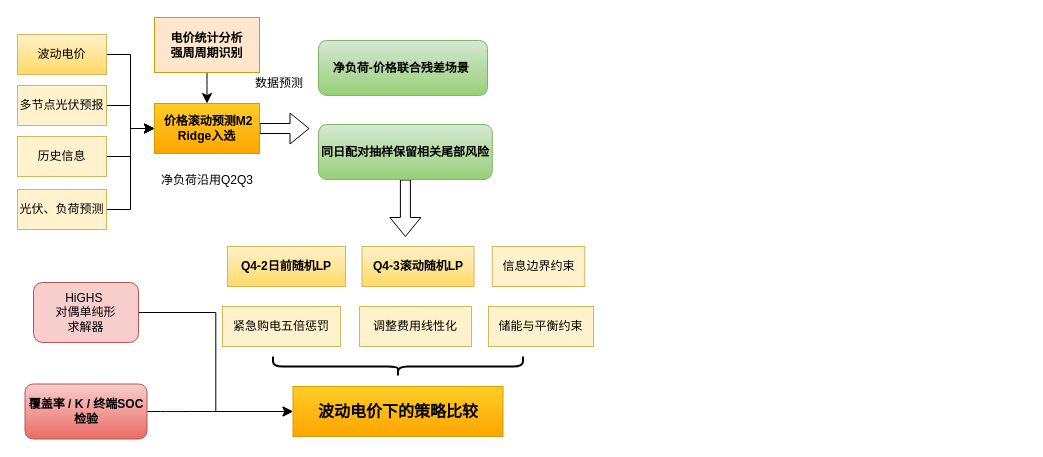
This is page "第 4 页" (4 of 4) of 国赛绘图.drawio from xinlanzi/Induisal-design, a draw.io file, before an edit. Source tidied: cells renumbered, new cells numbered last; positions are measured from the earlier drawing's top-left corner, leaving out a move shared by most shapes. Both pictures are drawn from the tidied source at 100%, with x=0, y=0 at pixel (17, 17).
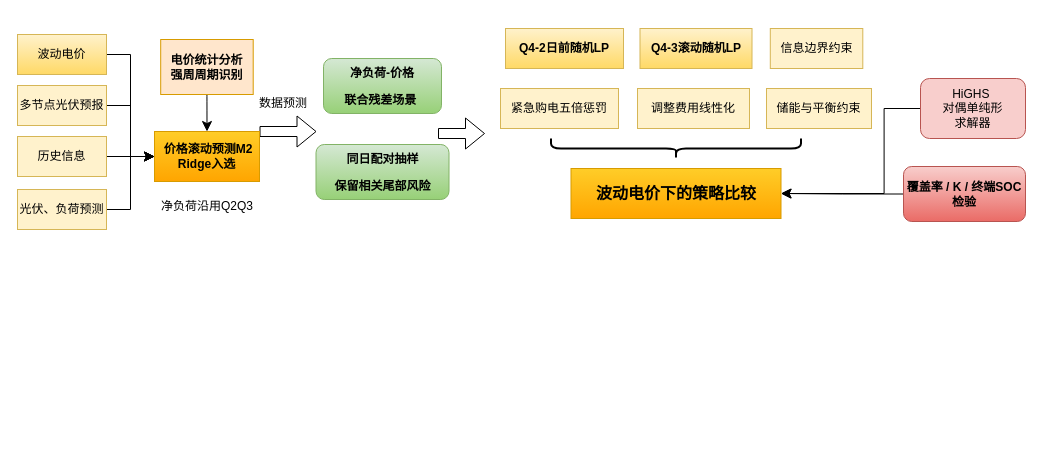
The same diagram, later.

What changed in the source:
```diff
@@
-    <mxCell id="8" style="edgeStyle=none;curved=1;rounded=0;jettySize=auto;html=1;exitX=1;exitY=0.5;exitDx=0;exitDy=0;fontSize=12;shape=flexArrow;" parent="1" edge="1" source="9">
+    <mxCell id="8" style="edgeStyle=none;curved=1;rounded=0;jettySize=auto;html=1;exitX=1;exitY=0;exitDx=0;exitDy=0;fontSize=12;shape=flexArrow;" parent="1" edge="1" source="9">
       <mxGeometry relative="1" as="geometry">
-        <mxPoint x="292" y="111" as="targetPoint" />
+        <mxPoint x="299" y="114" as="targetPoint" />
       </mxGeometry>
     </mxCell>
     <mxCell id="9" value="&lt;p&gt;&amp;nbsp;&lt;strong&gt;价格滚动预测M2 Ridge入选&lt;/strong&gt;&lt;/p&gt;" style="rounded=0;whiteSpace=wrap;html=1;fillColor=#ffcd28;strokeColor=#d79b00;gradientColor=#ffa500;" parent="1" vertex="1">
-      <mxGeometry x="137" y="86" width="105" height="50" as="geometry" />
+      <mxGeometry x="137" y="114" width="105" height="50" as="geometry" />
     </mxCell>
     <mxCell id="10" value="储能与平衡约束" style="rounded=0;whiteSpace=wrap;html=1;fillColor=#fff2cc;strokeColor=#d6b656;" parent="1" vertex="1">
-      <mxGeometry x="471" y="289" width="105" height="40" as="geometry" />
+      <mxGeometry x="749" y="71" width="105" height="40" as="geometry" />
     </mxCell>
     <mxCell id="11" value="调整费用线性化" style="rounded=0;whiteSpace=wrap;html=1;fillColor=#fff2cc;strokeColor=#d6b656;" parent="1" vertex="1">
-      <mxGeometry x="342" y="289" width="112" height="40" as="geometry" />
+      <mxGeometry x="620" y="71" width="112" height="40" as="geometry" />
     </mxCell>
     <mxCell id="12" value="信息边界约束" style="rounded=0;whiteSpace=wrap;html=1;fillColor=#fff2cc;strokeColor=#d6b656;" parent="1" vertex="1">
-      <mxGeometry x="474.8" y="229" width="92.5" height="40" as="geometry" />
+      <mxGeometry x="752.8" y="11" width="92.5" height="40" as="geometry" />
     </mxCell>
     <mxCell id="13" value="紧急购电五倍惩罚" style="rounded=0;whiteSpace=wrap;html=1;fillColor=#fff2cc;strokeColor=#d6b656;" parent="1" vertex="1">
-      <mxGeometry x="205" y="289" width="118" height="40" as="geometry" />
+      <mxGeometry x="483" y="71" width="118" height="40" as="geometry" />
     </mxCell>
     <mxCell id="14" value="&lt;b&gt;Q4-2日前随机LP&lt;/b&gt;" style="rounded=0;whiteSpace=wrap;html=1;fillColor=#fff2cc;strokeColor=#d6b656;gradientColor=#ffd966;" parent="1" vertex="1">
-      <mxGeometry x="210" y="229" width="118" height="40" as="geometry" />
+      <mxGeometry x="488" y="11" width="118" height="40" as="geometry" />
     </mxCell>
     <mxCell id="15" value="&lt;b&gt;Q4-3滚动随机LP&lt;/b&gt;" style="rounded=0;whiteSpace=wrap;html=1;fillColor=#fff2cc;strokeColor=#d6b656;gradientColor=#ffd966;" parent="1" vertex="1">
-      <mxGeometry x="344.5" y="229" width="112" height="40" as="geometry" />
+      <mxGeometry x="622.5" y="11" width="112" height="40" as="geometry" />
     </mxCell>
     <mxCell id="16" style="shape=curlyBracket;whiteSpace=wrap;html=1;rounded=1;flipH=1;labelPosition=right;verticalLabelPosition=middle;align=left;verticalAlign=middle;legacyAnchorPoints=0;strokeWidth=2;rotation=90;" parent="1" vertex="1">
-      <mxGeometry x="370.5" y="224" width="20" height="250" as="geometry" />
+      <mxGeometry x="648.5" y="6" width="20" height="250" as="geometry" />
     </mxCell>
     <mxCell id="17" value="&lt;b&gt;&lt;font style=&quot;font-size: 16px;&quot;&gt;波动电价下的策略比较&lt;/font&gt;&lt;/b&gt;" style="rounded=0;whiteSpace=wrap;html=1;fillColor=#ffcd28;strokeColor=#d79b00;gradientColor=#ffa500;" parent="1" vertex="1">
-      <mxGeometry x="275.5" y="369" width="210" height="50" as="geometry" />
+      <mxGeometry x="553.5" y="151" width="210" height="50" as="geometry" />
     </mxCell>
     <mxCell id="18" value="数据预测" style="text;html=1;whiteSpace=wrap;strokeColor=none;fillColor=none;align=center;verticalAlign=middle;rounded=0;" parent="1" vertex="1">
-      <mxGeometry x="232" y="51" width="60" height="30" as="geometry" />
+      <mxGeometry x="235.8" y="71" width="60" height="30" as="geometry" />
     </mxCell>
-    <mxCell id="19" style="edgeStyle=orthogonalEdgeStyle;rounded=0;jettySize=auto;html=1;exitX=1;exitY=0.5;exitDx=0;exitDy=0;entryX=0;entryY=0.5;entryDx=0;entryDy=0;fontSize=12;startSize=8;endSize=8;" parent="1" edge="1" source="20" target="17">
-      <mxGeometry relative="1" as="geometry" />
+    <mxCell id="19" style="edgeStyle=orthogonalEdgeStyle;rounded=0;jettySize=auto;html=1;exitX=0;exitY=0.5;exitDx=0;exitDy=0;entryX=1;entryY=0.5;entryDx=0;entryDy=0;fontSize=12;startSize=8;endSize=8;" parent="1" edge="1" source="20" target="17">
+      <mxGeometry relative="1" as="geometry">
+        <Array as="points">
+          <mxPoint x="866.6" y="91.1" />
+          <mxPoint x="866.6" y="176" />
+        </Array>
+      </mxGeometry>
     </mxCell>
     <mxCell id="20" value="HiGHS&amp;nbsp;&lt;div&gt;对偶单纯形&lt;/div&gt;&lt;div&gt;求解器&lt;/div&gt;" style="rounded=1;whiteSpace=wrap;html=1;fillColor=#f8cecc;strokeColor=#b85450;" parent="1" vertex="1">
-      <mxGeometry x="16" y="265" width="105" height="60" as="geometry" />
+      <mxGeometry x="903" y="61" width="105" height="60" as="geometry" />
     </mxCell>
     <mxCell id="21" value="&lt;p&gt;净负荷沿用Q2Q3&lt;/p&gt;" style="text;html=1;whiteSpace=wrap;strokeColor=none;fillColor=none;align=center;verticalAlign=middle;rounded=0;" parent="1" vertex="1">
-      <mxGeometry x="140.5" y="148" width="98" height="30" as="geometry" />
+      <mxGeometry x="140.5" y="174" width="98" height="30" as="geometry" />
     </mxCell>
-    <mxCell id="22" style="edgeStyle=none;curved=1;rounded=0;jettySize=auto;html=1;exitX=0.5;exitY=1;exitDx=0;exitDy=0;fontSize=12;shape=flexArrow;" parent="1" edge="1" source="23">
+    <mxCell id="22" style="edgeStyle=none;curved=1;rounded=0;orthogonalLoop=1;jettySize=auto;html=1;fontSize=12;shape=flexArrow;" parent="1" edge="1">
       <mxGeometry relative="1" as="geometry">
-        <mxPoint x="387.9" y="219.5" as="targetPoint" />
+        <mxPoint x="420.5" y="116" as="sourcePoint" />
+        <mxPoint x="467.5" y="116" as="targetPoint" />
       </mxGeometry>
     </mxCell>
-    <mxCell id="23" value="&lt;p&gt;&lt;strong&gt;同日配对抽样保留相关尾部风险&lt;/strong&gt;&lt;/p&gt;" style="rounded=1;whiteSpace=wrap;html=1;fillColor=#d5e8d4;strokeColor=#82b366;gradientColor=#97d077;" parent="1" vertex="1">
-      <mxGeometry x="301" y="107" width="173.8" height="55" as="geometry" />
+    <mxCell id="23" value="&lt;p&gt;&lt;strong&gt;同日配对抽样&lt;/strong&gt;&lt;/p&gt;&lt;p&gt;&lt;strong&gt;保留相关尾部风险&lt;/strong&gt;&lt;/p&gt;" style="rounded=1;whiteSpace=wrap;html=1;fillColor=#d5e8d4;strokeColor=#82b366;gradientColor=#97d077;" parent="1" vertex="1">
+      <mxGeometry x="298.5" y="127" width="133" height="55" as="geometry" />
     </mxCell>
-    <mxCell id="24" style="edgeStyle=none;curved=1;rounded=0;jettySize=auto;html=1;exitX=1;exitY=0.5;exitDx=0;exitDy=0;entryX=0;entryY=0.5;entryDx=0;entryDy=0;fontSize=12;startSize=8;endSize=8;" parent="1" edge="1" source="25" target="17">
+    <mxCell id="24" style="edgeStyle=orthogonalEdgeStyle;rounded=0;jettySize=auto;html=1;exitX=0;exitY=0.5;exitDx=0;exitDy=0;entryX=1;entryY=0.5;entryDx=0;entryDy=0;fontSize=12;startSize=8;endSize=8;" parent="1" edge="1" source="25" target="17">
       <mxGeometry relative="1" as="geometry" />
     </mxCell>
     <mxCell id="25" value="&lt;p&gt;&lt;strong&gt;覆盖率 / K /&amp;nbsp;&lt;/strong&gt;&lt;strong style=&quot;background-color: transparent; color: light-dark(rgb(0, 0, 0), rgb(255, 255, 255));&quot;&gt;终端SOC&lt;/strong&gt;&lt;strong style=&quot;background-color: transparent; color: light-dark(rgb(0, 0, 0), rgb(255, 255, 255));&quot;&gt;检验&lt;/strong&gt;&lt;/p&gt;" style="rounded=1;whiteSpace=wrap;html=1;fillColor=#f8cecc;strokeColor=#b85450;gradientColor=#ea6b66;" parent="1" vertex="1">
-      <mxGeometry x="7.5" y="366.5" width="122" height="55" as="geometry" />
+      <mxGeometry x="886" y="149" width="122" height="55" as="geometry" />
     </mxCell>
@@
-    <mxCell id="28" value="&lt;p&gt;&lt;strong&gt;净负荷-价格联合残差场景&lt;/strong&gt;&amp;nbsp;&lt;/p&gt;" style="rounded=1;whiteSpace=wrap;html=1;fillColor=#d5e8d4;strokeColor=#82b366;gradientColor=#97d077;" parent="1" vertex="1">
-      <mxGeometry x="301" y="23" width="169" height="55" as="geometry" />
+    <mxCell id="28" value="&lt;p&gt;&lt;strong&gt;净负荷-价格&lt;/strong&gt;&lt;/p&gt;&lt;p&gt;&lt;strong&gt;联合残差场景&lt;/strong&gt;&amp;nbsp;&lt;/p&gt;" style="rounded=1;whiteSpace=wrap;html=1;fillColor=#d5e8d4;strokeColor=#82b366;gradientColor=#97d077;" parent="1" vertex="1">
+      <mxGeometry x="306" y="41" width="118" height="55" as="geometry" />
     </mxCell>
@@
     <mxCell id="30" value="&lt;strong&gt;电价统计分析&lt;/strong&gt;&lt;div&gt;&lt;strong&gt;强周周期识别&lt;/strong&gt;&lt;/div&gt;" style="rounded=0;whiteSpace=wrap;html=1;fillColor=#ffe6cc;strokeColor=#d79b00;" parent="1" vertex="1">
-      <mxGeometry x="137" width="105" height="55" as="geometry" />
+      <mxGeometry x="143.2" y="22" width="92.5" height="55" as="geometry" />
     </mxCell>
```
